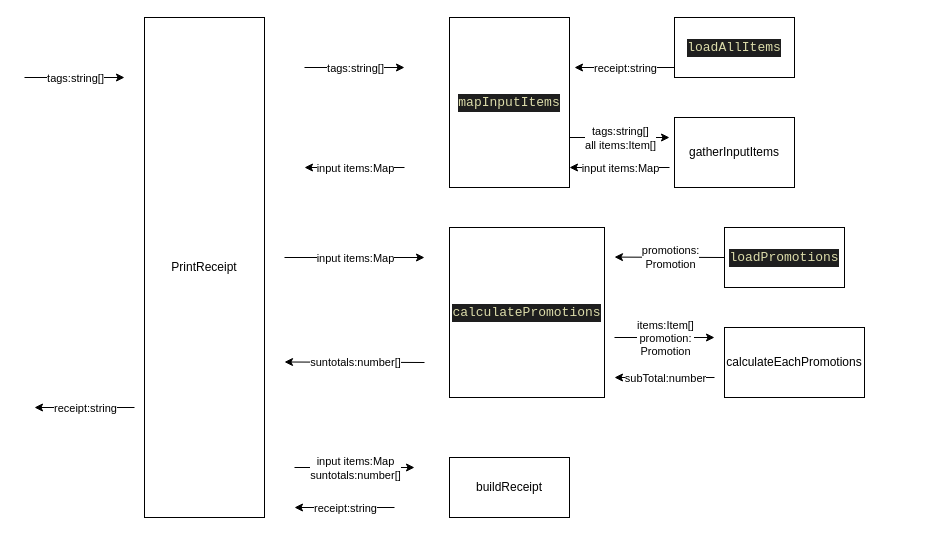
Earlier version of the draw.io diagram tasks.drawio (zxubootcamp/POS-Machine-V1-2020-11-5-3-48-45-545). Source tidied: cells renumbered, new cells numbered last; positions are measured from the earlier drawing's top-left corner, leaving out a move shared by most shapes. Both pictures are drawn from the tidied source at 100%, with x=0, y=0 at pixel (24, 17).
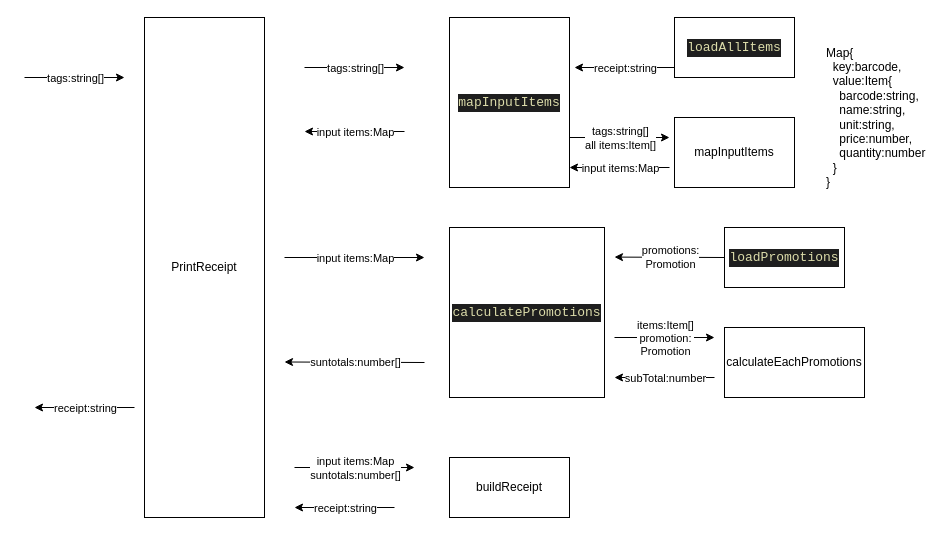
The same page after the edit.

Commit message:
feat: add description of Map structure in tasks chart

Change to the diagram source:
```diff
@@
-    <mxCell id="8" value="gatherInputItems" style="rounded=0;whiteSpace=wrap;html=1;" parent="1" vertex="1">
+    <mxCell id="8" value="mapInputItems" style="rounded=0;whiteSpace=wrap;html=1;" parent="1" vertex="1">
       <mxGeometry x="650" y="100" width="120" height="70" as="geometry" />
     </mxCell>
@@
     <mxCell id="16" style="endArrow=classic;html=1;" parent="1" edge="1">
       <mxGeometry relative="1" as="geometry">
-        <mxPoint x="380" y="150" as="sourcePoint" />
-        <mxPoint x="280" y="150" as="targetPoint" />
+        <mxPoint x="380" y="114" as="sourcePoint" />
+        <mxPoint x="280" y="114" as="targetPoint" />
       </mxGeometry>
     </mxCell>
@@
+    <mxCell id="38" value="Map{&lt;br&gt;&amp;nbsp; key:barcode,&lt;br&gt;&amp;nbsp; value:Item{&lt;br&gt;&amp;nbsp; &amp;nbsp; barcode:string,&lt;br&gt;&amp;nbsp; &amp;nbsp; name:string,&lt;br&gt;&amp;nbsp; &amp;nbsp; unit:string,&lt;br&gt;&amp;nbsp; &amp;nbsp; price:number,&lt;br&gt;&amp;nbsp; &amp;nbsp; quantity:number&lt;br&gt;&amp;nbsp; }&lt;br&gt;}" style="text;html=1;align=left;verticalAlign=middle;" parent="1" vertex="1">
+      <mxGeometry x="800" y="30" width="110" height="140" as="geometry" />
+    </mxCell>
```
